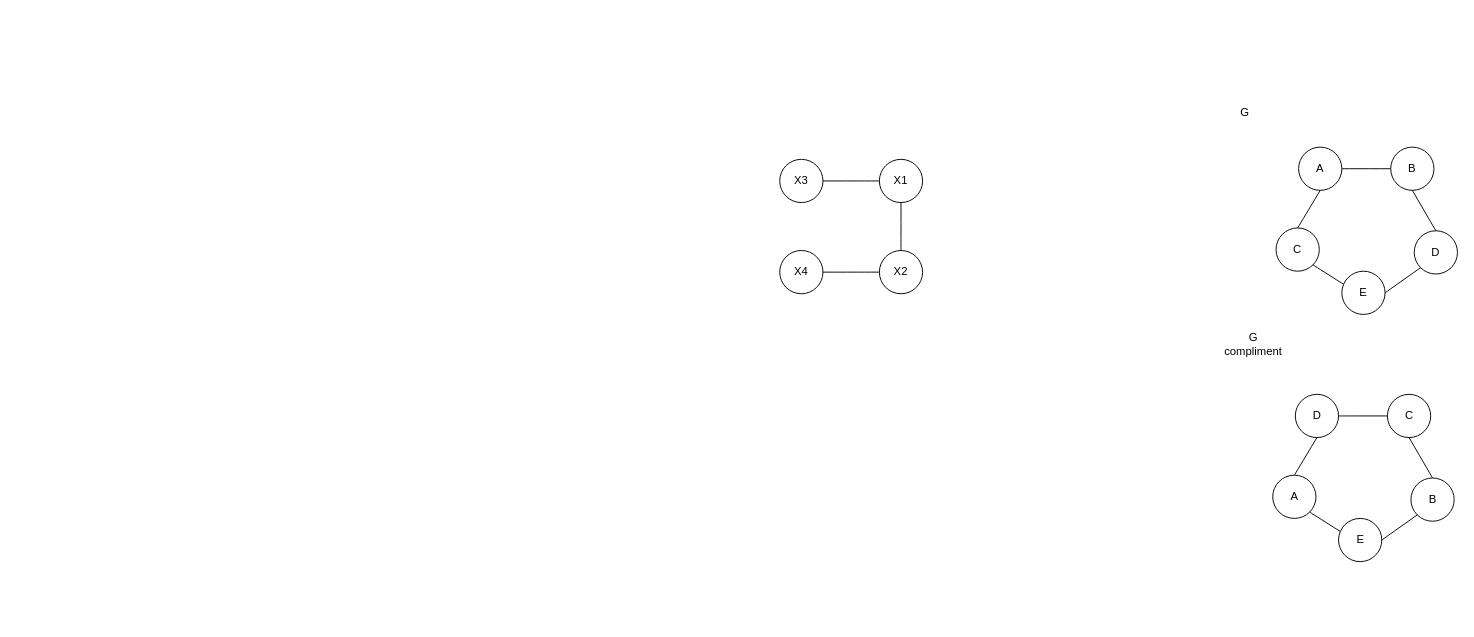
Before: A3.drawio in critschris/COMP-339, a draw.io diagram. Source tidied: cells renumbered, new cells numbered last; positions are measured from the earlier drawing's top-left corner, leaving out a move shared by most shapes. Both pictures are drawn from the tidied source at 94%, with x=0, y=0 at pixel (779, 98).
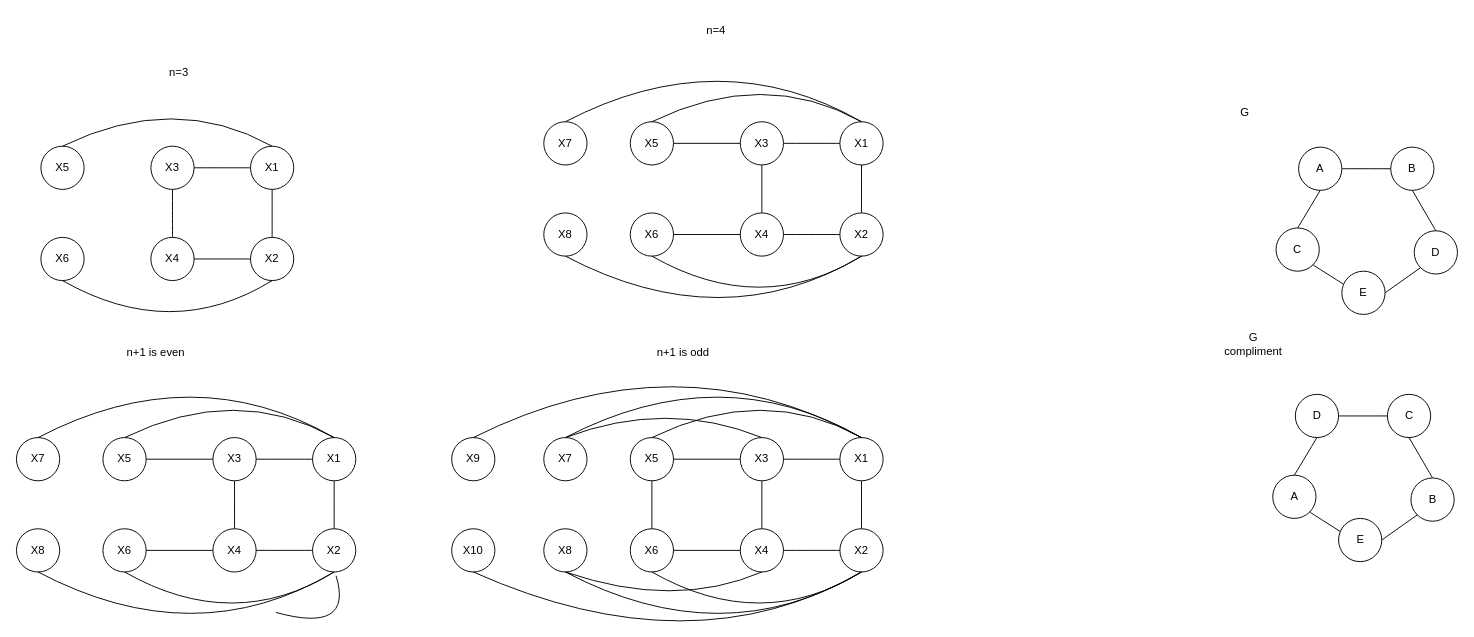
Above is the later version.

Change to the diagram source:
```diff
@@
     <mxCell id="24" value="X1" style="ellipse;whiteSpace=wrap;html=1;" parent="1" vertex="1">
-      <mxGeometry x="106" y="65" width="46" height="46" as="geometry" />
+      <mxGeometry x="-563" y="51" width="46" height="46" as="geometry" />
     </mxCell>
     <mxCell id="25" value="X2" style="ellipse;whiteSpace=wrap;html=1;" parent="1" vertex="1">
-      <mxGeometry x="106" y="162" width="46" height="46" as="geometry" />
+      <mxGeometry x="-563" y="148" width="46" height="46" as="geometry" />
     </mxCell>
@@
     <mxCell id="27" value="X3" style="ellipse;whiteSpace=wrap;html=1;" parent="1" vertex="1">
-      <mxGeometry y="65" width="46" height="46" as="geometry" />
+      <mxGeometry x="-669" y="51" width="46" height="46" as="geometry" />
     </mxCell>
     <mxCell id="28" value="X4" style="ellipse;whiteSpace=wrap;html=1;" parent="1" vertex="1">
-      <mxGeometry y="162" width="46" height="46" as="geometry" />
+      <mxGeometry x="-669" y="148" width="46" height="46" as="geometry" />
     </mxCell>
@@
+    <mxCell id="31" value="X5" style="ellipse;whiteSpace=wrap;html=1;" parent="1" vertex="1">
+      <mxGeometry x="-786" y="51" width="46" height="46" as="geometry" />
+    </mxCell>
+    <mxCell id="32" value="X6" style="ellipse;whiteSpace=wrap;html=1;" parent="1" vertex="1">
+      <mxGeometry x="-786" y="148" width="46" height="46" as="geometry" />
+    </mxCell>
+    <mxCell id="33" style="endArrow=none;html=1;rounded=0;fontSize=12;startSize=8;endSize=8;curved=1;entryX=0.5;entryY=1;entryDx=0;entryDy=0;exitX=0.5;exitY=0;exitDx=0;exitDy=0;" parent="1" edge="1" source="28" target="27">
+      <mxGeometry relative="1" as="geometry" />
+    </mxCell>
+    <mxCell id="34" style="endArrow=none;html=1;rounded=0;fontSize=12;startSize=8;endSize=8;curved=1;entryX=0.5;entryY=0;entryDx=0;entryDy=0;exitX=0.5;exitY=0;exitDx=0;exitDy=0;" parent="1" edge="1" source="24" target="31">
+      <mxGeometry relative="1" as="geometry">
+        <Array as="points">
+          <mxPoint x="-644" y="-7" />
+        </Array>
+      </mxGeometry>
+    </mxCell>
+    <mxCell id="35" style="endArrow=none;html=1;rounded=0;fontSize=12;startSize=8;endSize=8;curved=1;entryX=0.5;entryY=1;entryDx=0;entryDy=0;exitX=0.5;exitY=1;exitDx=0;exitDy=0;" parent="1" edge="1" source="25" target="32">
+      <mxGeometry relative="1" as="geometry">
+        <Array as="points">
+          <mxPoint x="-647" y="260" />
+        </Array>
+      </mxGeometry>
+    </mxCell>
+    <mxCell id="36" value="n=3" style="text;html=1;whiteSpace=wrap;strokeColor=none;fillColor=none;align=center;verticalAlign=middle;rounded=0;" parent="1" vertex="1">
+      <mxGeometry x="-669" y="-42" width="60" height="30" as="geometry" />
+    </mxCell>
+    <mxCell id="37" value="n+1 is odd" style="text;html=1;whiteSpace=wrap;strokeColor=none;fillColor=none;align=center;verticalAlign=middle;rounded=0;" parent="1" vertex="1">
+      <mxGeometry x="-140" y="256" width="75" height="30" as="geometry" />
+    </mxCell>
+    <mxCell id="38" value="X1" style="ellipse;whiteSpace=wrap;html=1;" parent="1" vertex="1">
+      <mxGeometry x="64" y="361" width="46" height="46" as="geometry" />
+    </mxCell>
+    <mxCell id="39" value="X2" style="ellipse;whiteSpace=wrap;html=1;" parent="1" vertex="1">
+      <mxGeometry x="64" y="458" width="46" height="46" as="geometry" />
+    </mxCell>
+    <mxCell id="40" style="endArrow=none;html=1;rounded=0;fontSize=12;startSize=8;endSize=8;curved=1;entryX=0.5;entryY=1;entryDx=0;entryDy=0;exitX=0.5;exitY=0;exitDx=0;exitDy=0;" parent="1" edge="1" source="39" target="38">
+      <mxGeometry relative="1" as="geometry" />
+    </mxCell>
+    <mxCell id="41" value="X3" style="ellipse;whiteSpace=wrap;html=1;" parent="1" vertex="1">
+      <mxGeometry x="-42" y="361" width="46" height="46" as="geometry" />
+    </mxCell>
+    <mxCell id="42" value="X4" style="ellipse;whiteSpace=wrap;html=1;" parent="1" vertex="1">
+      <mxGeometry x="-42" y="458" width="46" height="46" as="geometry" />
+    </mxCell>
+    <mxCell id="43" style="endArrow=none;html=1;rounded=0;fontSize=12;startSize=8;endSize=8;curved=1;entryX=1;entryY=0.5;entryDx=0;entryDy=0;exitX=0;exitY=0.5;exitDx=0;exitDy=0;" parent="1" edge="1" source="39" target="42">
+      <mxGeometry relative="1" as="geometry" />
+    </mxCell>
+    <mxCell id="44" style="endArrow=none;html=1;rounded=0;fontSize=12;startSize=8;endSize=8;curved=1;entryX=1;entryY=0.5;entryDx=0;entryDy=0;exitX=0;exitY=0.5;exitDx=0;exitDy=0;" parent="1" edge="1" source="38" target="41">
+      <mxGeometry relative="1" as="geometry" />
+    </mxCell>
+    <mxCell id="45" value="X5" style="ellipse;whiteSpace=wrap;html=1;" parent="1" vertex="1">
+      <mxGeometry x="-159" y="361" width="46" height="46" as="geometry" />
+    </mxCell>
+    <mxCell id="46" value="X6" style="ellipse;whiteSpace=wrap;html=1;" parent="1" vertex="1">
+      <mxGeometry x="-159" y="458" width="46" height="46" as="geometry" />
+    </mxCell>
+    <mxCell id="47" style="endArrow=none;html=1;rounded=0;fontSize=12;startSize=8;endSize=8;curved=1;entryX=0.5;entryY=1;entryDx=0;entryDy=0;exitX=0.5;exitY=0;exitDx=0;exitDy=0;" parent="1" edge="1" source="42" target="41">
+      <mxGeometry relative="1" as="geometry" />
+    </mxCell>
+    <mxCell id="48" style="endArrow=none;html=1;rounded=0;fontSize=12;startSize=8;endSize=8;curved=1;entryX=0.5;entryY=0;entryDx=0;entryDy=0;exitX=0.5;exitY=0;exitDx=0;exitDy=0;" parent="1" edge="1" source="38" target="45">
+      <mxGeometry relative="1" as="geometry">
+        <Array as="points">
+          <mxPoint x="-17" y="303" />
+        </Array>
+      </mxGeometry>
+    </mxCell>
+    <mxCell id="49" style="endArrow=none;html=1;rounded=0;fontSize=12;startSize=8;endSize=8;curved=1;entryX=0.5;entryY=1;entryDx=0;entryDy=0;exitX=0.5;exitY=1;exitDx=0;exitDy=0;" parent="1" edge="1" source="39" target="46">
+      <mxGeometry relative="1" as="geometry">
+        <Array as="points">
+          <mxPoint x="-20" y="570" />
+        </Array>
+      </mxGeometry>
+    </mxCell>
+    <mxCell id="50" value="X7" style="ellipse;whiteSpace=wrap;html=1;" parent="1" vertex="1">
+      <mxGeometry x="-251" y="361" width="46" height="46" as="geometry" />
+    </mxCell>
+    <mxCell id="51" value="X8" style="ellipse;whiteSpace=wrap;html=1;" parent="1" vertex="1">
+      <mxGeometry x="-251" y="458" width="46" height="46" as="geometry" />
+    </mxCell>
+    <mxCell id="52" style="endArrow=none;html=1;rounded=0;fontSize=12;startSize=8;endSize=8;curved=1;entryX=0.5;entryY=0;entryDx=0;entryDy=0;exitX=0.5;exitY=0;exitDx=0;exitDy=0;" parent="1" edge="1" source="38" target="50">
+      <mxGeometry relative="1" as="geometry">
+        <Array as="points">
+          <mxPoint x="-63" y="275" />
+        </Array>
+      </mxGeometry>
+    </mxCell>
+    <mxCell id="53" style="endArrow=none;html=1;rounded=0;exitX=1;exitY=0.5;exitDx=0;exitDy=0;entryX=0;entryY=0.5;entryDx=0;entryDy=0;" parent="1" edge="1" source="45" target="41">
+      <mxGeometry relative="1" as="geometry" />
+    </mxCell>
+    <mxCell id="54" style="endArrow=none;html=1;rounded=0;exitX=1;exitY=0.5;exitDx=0;exitDy=0;entryX=0;entryY=0.5;entryDx=0;entryDy=0;" parent="1" edge="1" source="46" target="42">
+      <mxGeometry relative="1" as="geometry" />
+    </mxCell>
+    <mxCell id="55" style="endArrow=none;html=1;rounded=0;fontSize=12;startSize=8;endSize=8;curved=1;entryX=0.5;entryY=1;entryDx=0;entryDy=0;exitX=0.5;exitY=1;exitDx=0;exitDy=0;" parent="1" edge="1" source="39" target="51">
+      <mxGeometry relative="1" as="geometry">
+        <Array as="points">
+          <mxPoint x="-61" y="592" />
+        </Array>
+      </mxGeometry>
+    </mxCell>
+    <mxCell id="56" style="endArrow=none;html=1;rounded=0;fontSize=12;startSize=8;endSize=8;curved=1;entryX=0.5;entryY=1;entryDx=0;entryDy=0;exitX=0.5;exitY=1;exitDx=0;exitDy=0;" parent="1" edge="1">
+      <mxGeometry relative="1" as="geometry">
+        <mxPoint x="-472" y="508" as="sourcePoint" />
+        <mxPoint x="-536" y="547" as="targetPoint" />
+        <Array as="points">
+          <mxPoint x="-453" y="570" />
+        </Array>
+      </mxGeometry>
+    </mxCell>
+    <mxCell id="57" value="n+1 is even" style="text;html=1;whiteSpace=wrap;strokeColor=none;fillColor=none;align=center;verticalAlign=middle;rounded=0;" parent="1" vertex="1">
+      <mxGeometry x="-701" y="256" width="75" height="30" as="geometry" />
+    </mxCell>
+    <mxCell id="58" value="X1" style="ellipse;whiteSpace=wrap;html=1;" parent="1" vertex="1">
+      <mxGeometry x="-497" y="361" width="46" height="46" as="geometry" />
+    </mxCell>
+    <mxCell id="59" value="X2" style="ellipse;whiteSpace=wrap;html=1;" parent="1" vertex="1">
+      <mxGeometry x="-497" y="458" width="46" height="46" as="geometry" />
+    </mxCell>
+    <mxCell id="60" style="endArrow=none;html=1;rounded=0;fontSize=12;startSize=8;endSize=8;curved=1;entryX=0.5;entryY=1;entryDx=0;entryDy=0;exitX=0.5;exitY=0;exitDx=0;exitDy=0;" parent="1" edge="1" source="59" target="58">
+      <mxGeometry relative="1" as="geometry" />
+    </mxCell>
+    <mxCell id="61" value="X3" style="ellipse;whiteSpace=wrap;html=1;" parent="1" vertex="1">
+      <mxGeometry x="-603" y="361" width="46" height="46" as="geometry" />
+    </mxCell>
+    <mxCell id="62" value="X4" style="ellipse;whiteSpace=wrap;html=1;" parent="1" vertex="1">
+      <mxGeometry x="-603" y="458" width="46" height="46" as="geometry" />
+    </mxCell>
+    <mxCell id="63" style="endArrow=none;html=1;rounded=0;fontSize=12;startSize=8;endSize=8;curved=1;entryX=1;entryY=0.5;entryDx=0;entryDy=0;exitX=0;exitY=0.5;exitDx=0;exitDy=0;" parent="1" edge="1" source="59" target="62">
+      <mxGeometry relative="1" as="geometry" />
+    </mxCell>
+    <mxCell id="64" style="endArrow=none;html=1;rounded=0;fontSize=12;startSize=8;endSize=8;curved=1;entryX=1;entryY=0.5;entryDx=0;entryDy=0;exitX=0;exitY=0.5;exitDx=0;exitDy=0;" parent="1" edge="1" source="58" target="61">
+      <mxGeometry relative="1" as="geometry" />
+    </mxCell>
+    <mxCell id="65" value="X5" style="ellipse;whiteSpace=wrap;html=1;" parent="1" vertex="1">
+      <mxGeometry x="-720" y="361" width="46" height="46" as="geometry" />
+    </mxCell>
+    <mxCell id="66" value="X6" style="ellipse;whiteSpace=wrap;html=1;" parent="1" vertex="1">
+      <mxGeometry x="-720" y="458" width="46" height="46" as="geometry" />
+    </mxCell>
+    <mxCell id="67" style="endArrow=none;html=1;rounded=0;fontSize=12;startSize=8;endSize=8;curved=1;entryX=0.5;entryY=1;entryDx=0;entryDy=0;exitX=0.5;exitY=0;exitDx=0;exitDy=0;" parent="1" edge="1" source="62" target="61">
+      <mxGeometry relative="1" as="geometry" />
+    </mxCell>
+    <mxCell id="68" style="endArrow=none;html=1;rounded=0;fontSize=12;startSize=8;endSize=8;curved=1;entryX=0.5;entryY=0;entryDx=0;entryDy=0;exitX=0.5;exitY=0;exitDx=0;exitDy=0;" parent="1" edge="1" source="58" target="65">
+      <mxGeometry relative="1" as="geometry">
+        <Array as="points">
+          <mxPoint x="-578" y="303" />
+        </Array>
+      </mxGeometry>
+    </mxCell>
+    <mxCell id="69" style="endArrow=none;html=1;rounded=0;fontSize=12;startSize=8;endSize=8;curved=1;entryX=0.5;entryY=1;entryDx=0;entryDy=0;exitX=0.5;exitY=1;exitDx=0;exitDy=0;" parent="1" edge="1" source="59" target="66">
+      <mxGeometry relative="1" as="geometry">
+        <Array as="points">
+          <mxPoint x="-581" y="570" />
+        </Array>
+      </mxGeometry>
+    </mxCell>
+    <mxCell id="70" value="X7" style="ellipse;whiteSpace=wrap;html=1;" parent="1" vertex="1">
+      <mxGeometry x="-812" y="361" width="46" height="46" as="geometry" />
+    </mxCell>
+    <mxCell id="71" value="X8" style="ellipse;whiteSpace=wrap;html=1;" parent="1" vertex="1">
+      <mxGeometry x="-812" y="458" width="46" height="46" as="geometry" />
+    </mxCell>
+    <mxCell id="72" style="endArrow=none;html=1;rounded=0;fontSize=12;startSize=8;endSize=8;curved=1;entryX=0.5;entryY=0;entryDx=0;entryDy=0;exitX=0.5;exitY=0;exitDx=0;exitDy=0;" parent="1" edge="1" source="58" target="70">
+      <mxGeometry relative="1" as="geometry">
+        <Array as="points">
+          <mxPoint x="-624" y="275" />
+        </Array>
+      </mxGeometry>
+    </mxCell>
+    <mxCell id="73" style="endArrow=none;html=1;rounded=0;exitX=1;exitY=0.5;exitDx=0;exitDy=0;entryX=0;entryY=0.5;entryDx=0;entryDy=0;" parent="1" edge="1" source="65" target="61">
+      <mxGeometry relative="1" as="geometry" />
+    </mxCell>
+    <mxCell id="74" style="endArrow=none;html=1;rounded=0;exitX=1;exitY=0.5;exitDx=0;exitDy=0;entryX=0;entryY=0.5;entryDx=0;entryDy=0;" parent="1" edge="1" source="66" target="62">
+      <mxGeometry relative="1" as="geometry" />
+    </mxCell>
+    <mxCell id="75" style="endArrow=none;html=1;rounded=0;fontSize=12;startSize=8;endSize=8;curved=1;entryX=0.5;entryY=1;entryDx=0;entryDy=0;exitX=0.5;exitY=1;exitDx=0;exitDy=0;" parent="1" edge="1" source="59" target="71">
+      <mxGeometry relative="1" as="geometry">
+        <Array as="points">
+          <mxPoint x="-622" y="592" />
+        </Array>
+      </mxGeometry>
+    </mxCell>
+    <mxCell id="76" value="n=4" style="text;html=1;whiteSpace=wrap;strokeColor=none;fillColor=none;align=center;verticalAlign=middle;rounded=0;" parent="1" vertex="1">
+      <mxGeometry x="-105" y="-87" width="75" height="30" as="geometry" />
+    </mxCell>
+    <mxCell id="77" value="X1" style="ellipse;whiteSpace=wrap;html=1;" parent="1" vertex="1">
+      <mxGeometry x="64" y="25" width="46" height="46" as="geometry" />
+    </mxCell>
+    <mxCell id="78" value="X2" style="ellipse;whiteSpace=wrap;html=1;" parent="1" vertex="1">
+      <mxGeometry x="64" y="122" width="46" height="46" as="geometry" />
+    </mxCell>
+    <mxCell id="79" style="endArrow=none;html=1;rounded=0;fontSize=12;startSize=8;endSize=8;curved=1;entryX=0.5;entryY=1;entryDx=0;entryDy=0;exitX=0.5;exitY=0;exitDx=0;exitDy=0;" parent="1" edge="1" source="78" target="77">
+      <mxGeometry relative="1" as="geometry" />
+    </mxCell>
+    <mxCell id="80" value="X3" style="ellipse;whiteSpace=wrap;html=1;" parent="1" vertex="1">
+      <mxGeometry x="-42" y="25" width="46" height="46" as="geometry" />
+    </mxCell>
+    <mxCell id="81" value="X4" style="ellipse;whiteSpace=wrap;html=1;" parent="1" vertex="1">
+      <mxGeometry x="-42" y="122" width="46" height="46" as="geometry" />
+    </mxCell>
+    <mxCell id="82" style="endArrow=none;html=1;rounded=0;fontSize=12;startSize=8;endSize=8;curved=1;entryX=1;entryY=0.5;entryDx=0;entryDy=0;exitX=0;exitY=0.5;exitDx=0;exitDy=0;" parent="1" edge="1" source="78" target="81">
+      <mxGeometry relative="1" as="geometry" />
+    </mxCell>
+    <mxCell id="83" style="endArrow=none;html=1;rounded=0;fontSize=12;startSize=8;endSize=8;curved=1;entryX=1;entryY=0.5;entryDx=0;entryDy=0;exitX=0;exitY=0.5;exitDx=0;exitDy=0;" parent="1" edge="1" source="77" target="80">
+      <mxGeometry relative="1" as="geometry" />
+    </mxCell>
+    <mxCell id="84" value="X5" style="ellipse;whiteSpace=wrap;html=1;" parent="1" vertex="1">
+      <mxGeometry x="-159" y="25" width="46" height="46" as="geometry" />
+    </mxCell>
+    <mxCell id="85" value="X6" style="ellipse;whiteSpace=wrap;html=1;" parent="1" vertex="1">
+      <mxGeometry x="-159" y="122" width="46" height="46" as="geometry" />
+    </mxCell>
+    <mxCell id="86" style="endArrow=none;html=1;rounded=0;fontSize=12;startSize=8;endSize=8;curved=1;entryX=0.5;entryY=1;entryDx=0;entryDy=0;exitX=0.5;exitY=0;exitDx=0;exitDy=0;" parent="1" edge="1" source="81" target="80">
+      <mxGeometry relative="1" as="geometry" />
+    </mxCell>
+    <mxCell id="87" style="endArrow=none;html=1;rounded=0;fontSize=12;startSize=8;endSize=8;curved=1;entryX=0.5;entryY=0;entryDx=0;entryDy=0;exitX=0.5;exitY=0;exitDx=0;exitDy=0;" parent="1" edge="1" source="77" target="84">
+      <mxGeometry relative="1" as="geometry">
+        <Array as="points">
+          <mxPoint x="-17" y="-33" />
+        </Array>
+      </mxGeometry>
+    </mxCell>
+    <mxCell id="88" style="endArrow=none;html=1;rounded=0;fontSize=12;startSize=8;endSize=8;curved=1;entryX=0.5;entryY=1;entryDx=0;entryDy=0;exitX=0.5;exitY=1;exitDx=0;exitDy=0;" parent="1" edge="1" source="78" target="85">
+      <mxGeometry relative="1" as="geometry">
+        <Array as="points">
+          <mxPoint x="-20" y="234" />
+        </Array>
+      </mxGeometry>
+    </mxCell>
+    <mxCell id="89" value="X7" style="ellipse;whiteSpace=wrap;html=1;" parent="1" vertex="1">
+      <mxGeometry x="-251" y="25" width="46" height="46" as="geometry" />
+    </mxCell>
+    <mxCell id="90" value="X8" style="ellipse;whiteSpace=wrap;html=1;" parent="1" vertex="1">
+      <mxGeometry x="-251" y="122" width="46" height="46" as="geometry" />
+    </mxCell>
+    <mxCell id="91" style="endArrow=none;html=1;rounded=0;fontSize=12;startSize=8;endSize=8;curved=1;entryX=0.5;entryY=0;entryDx=0;entryDy=0;exitX=0.5;exitY=0;exitDx=0;exitDy=0;" parent="1" edge="1" source="77" target="89">
+      <mxGeometry relative="1" as="geometry">
+        <Array as="points">
+          <mxPoint x="-63" y="-61" />
+        </Array>
+      </mxGeometry>
+    </mxCell>
+    <mxCell id="92" style="endArrow=none;html=1;rounded=0;exitX=1;exitY=0.5;exitDx=0;exitDy=0;entryX=0;entryY=0.5;entryDx=0;entryDy=0;" parent="1" edge="1" source="84" target="80">
+      <mxGeometry relative="1" as="geometry" />
+    </mxCell>
+    <mxCell id="93" style="endArrow=none;html=1;rounded=0;exitX=1;exitY=0.5;exitDx=0;exitDy=0;entryX=0;entryY=0.5;entryDx=0;entryDy=0;" parent="1" edge="1" source="85" target="81">
+      <mxGeometry relative="1" as="geometry" />
+    </mxCell>
+    <mxCell id="94" style="endArrow=none;html=1;rounded=0;fontSize=12;startSize=8;endSize=8;curved=1;entryX=0.5;entryY=1;entryDx=0;entryDy=0;exitX=0.5;exitY=1;exitDx=0;exitDy=0;" parent="1" edge="1" source="78" target="90">
+      <mxGeometry relative="1" as="geometry">
+        <Array as="points">
+          <mxPoint x="-61" y="256" />
+        </Array>
+      </mxGeometry>
+    </mxCell>
+    <mxCell id="95" value="X9" style="ellipse;whiteSpace=wrap;html=1;" parent="1" vertex="1">
+      <mxGeometry x="-349" y="361" width="46" height="46" as="geometry" />
+    </mxCell>
+    <mxCell id="96" value="X10" style="ellipse;whiteSpace=wrap;html=1;" parent="1" vertex="1">
+      <mxGeometry x="-349" y="458" width="46" height="46" as="geometry" />
+    </mxCell>
+    <mxCell id="97" style="endArrow=none;html=1;rounded=0;fontSize=12;startSize=8;endSize=8;curved=1;entryX=0.5;entryY=0;entryDx=0;entryDy=0;exitX=0.5;exitY=0;exitDx=0;exitDy=0;" parent="1" edge="1" source="38" target="95">
+      <mxGeometry relative="1" as="geometry">
+        <Array as="points">
+          <mxPoint x="-110" y="253" />
+        </Array>
+      </mxGeometry>
+    </mxCell>
+    <mxCell id="98" style="endArrow=none;html=1;rounded=0;fontSize=12;startSize=8;endSize=8;curved=1;entryX=0.5;entryY=1;entryDx=0;entryDy=0;exitX=0.5;exitY=1;exitDx=0;exitDy=0;" parent="1" edge="1" source="39" target="96">
+      <mxGeometry relative="1" as="geometry">
+        <Array as="points">
+          <mxPoint x="-93" y="608" />
+        </Array>
+      </mxGeometry>
+    </mxCell>
+    <mxCell id="99" style="endArrow=none;html=1;rounded=0;fontSize=12;startSize=8;endSize=8;curved=1;entryX=0.5;entryY=1;entryDx=0;entryDy=0;exitX=0.5;exitY=1;exitDx=0;exitDy=0;" parent="1" edge="1" source="42" target="51">
+      <mxGeometry relative="1" as="geometry">
+        <Array as="points">
+          <mxPoint x="-112" y="544" />
+        </Array>
+      </mxGeometry>
+    </mxCell>
+    <mxCell id="100" style="endArrow=none;html=1;rounded=0;fontSize=12;startSize=8;endSize=8;curved=1;entryX=0.5;entryY=0;entryDx=0;entryDy=0;exitX=0.5;exitY=0;exitDx=0;exitDy=0;" parent="1" edge="1" source="41" target="50">
+      <mxGeometry relative="1" as="geometry">
+        <Array as="points">
+          <mxPoint x="-120" y="320" />
+        </Array>
+      </mxGeometry>
+    </mxCell>
+    <mxCell id="101" style="endArrow=none;html=1;rounded=0;fontSize=12;startSize=8;endSize=8;curved=1;entryX=0.5;entryY=1;entryDx=0;entryDy=0;exitX=0.5;exitY=0;exitDx=0;exitDy=0;" parent="1" edge="1" source="46" target="45">
+      <mxGeometry relative="1" as="geometry" />
+    </mxCell>
```
